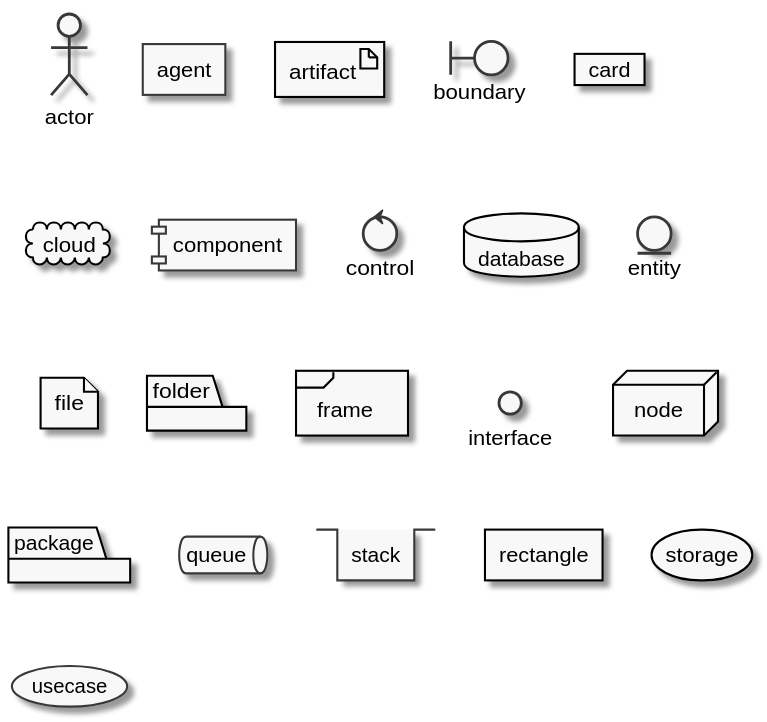
Above: img/assets/plantuml/diagrams/dist/components.svg in anoff/blog (PlantUML), before the change. Its diagram source:
```plantuml
@startuml components
skinparam monochrome true
actor actor
agent agent
artifact artifact
boundary boundary
card card
cloud cloud
component component
control control
database database
entity entity
file file
folder folder
frame frame
interface  interface
node node
package package
queue queue
stack stack
rectangle rectangle
storage storage
usecase usecase
@enduml
```
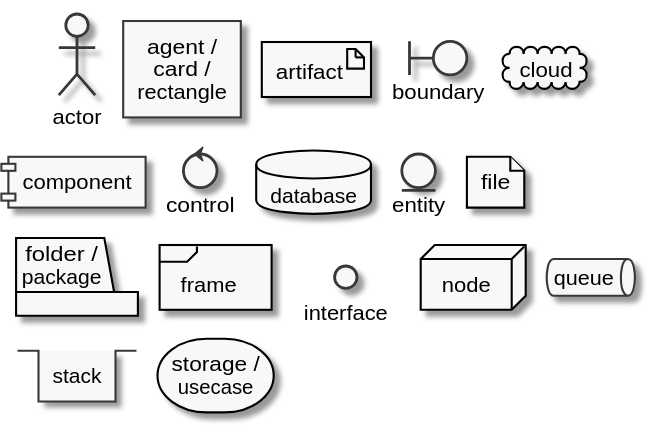
Above is the later version.

What changed in the source:
```diff
@@ -1,24 +1,23 @@
 @startuml components
 skinparam monochrome true
+skinparam Nodesep 15
+skinparam Ranksep 15
+skinparam defaulttextalignment center
 actor actor
-agent agent
+agent "agent /\ncard /\nrectangle"
 artifact artifact
 boundary boundary
-card card
 cloud cloud
 component component
 control control
 database database
 entity entity
 file file
-folder folder
+folder "folder /\npackage"
 frame frame
-interface  interface
+interface interface
 node node
-package package
 queue queue
 stack stack
-rectangle rectangle
-storage storage
-usecase usecase
+storage "storage /\nusecase"
 @enduml
```
